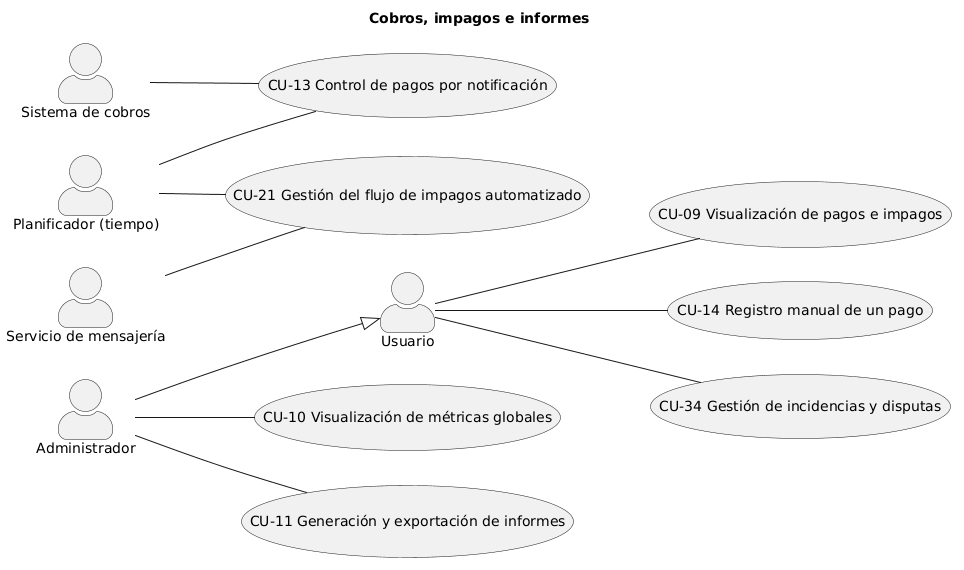
Earlier version of the PlantUML export Diagramas/diagrama_completo/imagenes/diagrama5.png (EVerjanoPerez/Grupo-Al-khwarizmi). Its diagram source:
```plantuml
@startuml
skinparam actorstyle awesome
left to right direction
title Cobros, impagos e informes

actor :Usuario: as usuario
actor :Administrador: as admin
actor :Planificador (tiempo): as planificador
actor :Sistema de cobros: as sistemaCobros
actor :Servicio de mensajería: as mensajeria

usecase (CU-09 Visualización de pagos e impagos) as cu09
usecase (CU-10 Visualización de métricas globales) as cu10
usecase (CU-11 Generación y exportación de informes) as cu11
usecase (CU-13 Control de pagos por notificación) as cu13
usecase (CU-14 Registro manual de un pago) as cu14
usecase (CU-21 Gestión del flujo de impagos automatizado) as cu21
usecase (CU-34 Gestión de incidencias y disputas) as cu34

admin --|> usuario

usuario -- cu09
usuario -- cu14
usuario -- cu34

admin -- cu10
admin -- cu11

planificador -- cu13
planificador -- cu21

sistemaCobros -- cu13

mensajeria -- cu21
@enduml
```
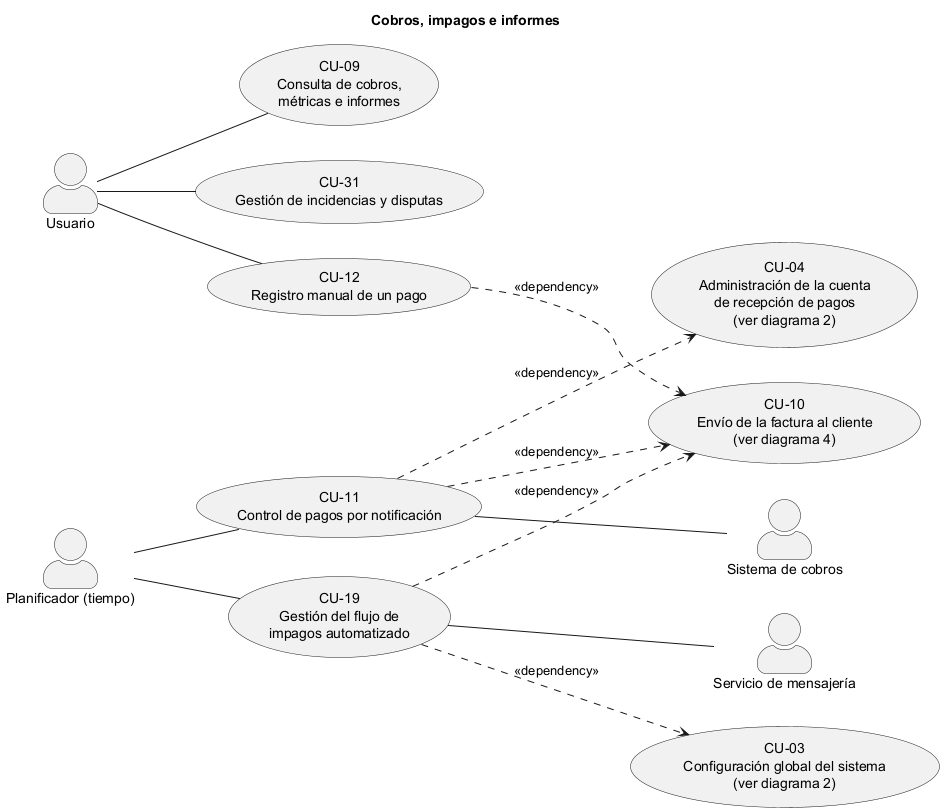
After the commit.

What changed in the source:
```diff
@@ -4,32 +4,31 @@
 title Cobros, impagos e informes
 
 actor :Usuario: as usuario
-actor :Administrador: as admin
+actor :Sistema de cobros: as cobros
 actor :Planificador (tiempo): as planificador
-actor :Sistema de cobros: as sistemaCobros
 actor :Servicio de mensajería: as mensajeria
-
-usecase (CU-09 Visualización de pagos e impagos) as cu09
-usecase (CU-10 Visualización de métricas globales) as cu10
-usecase (CU-11 Generación y exportación de informes) as cu11
-usecase (CU-13 Control de pagos por notificación) as cu13
-usecase (CU-14 Registro manual de un pago) as cu14
-usecase (CU-21 Gestión del flujo de impagos automatizado) as cu21
-usecase (CU-34 Gestión de incidencias y disputas) as cu34
-
-admin --|> usuario
+usecase "CU-09\nConsulta de cobros,\nmétricas e informes" as cu09
+usecase "CU-11\nControl de pagos por notificación" as cu11
+usecase "CU-19\nGestión del flujo de\nimpagos automatizado" as cu19
+usecase "CU-31\nGestión de incidencias y disputas" as cu31
+usecase "CU-12\nRegistro manual de un pago" as cu12
+usecase "CU-03\nConfiguración global del sistema\n(ver diagrama 2)" as cu03
+usecase "CU-04\nAdministración de la cuenta\nde recepción de pagos\n(ver diagrama 2)" as cu04
+usecase "CU-10\nEnvío de la factura al cliente\n(ver diagrama 4)" as cu10
 
 usuario -- cu09
-usuario -- cu14
-usuario -- cu34
+usuario -- cu12
+usuario -- cu31
 
-admin -- cu10
-admin -- cu11
+planificador -- cu11
+planificador -- cu19
 
-planificador -- cu13
-planificador -- cu21
+cu11 -- cobros
+cu19 -- mensajeria
 
-sistemaCobros -- cu13
-
-mensajeria -- cu21
+cu11 ..> cu04 : <<dependency>>
+cu11 ..> cu10 : <<dependency>>
+cu12 ..> cu10 : <<dependency>>
+cu19 ..> cu03 : <<dependency>>
+cu19 ..> cu10 : <<dependency>>
 @enduml
```
